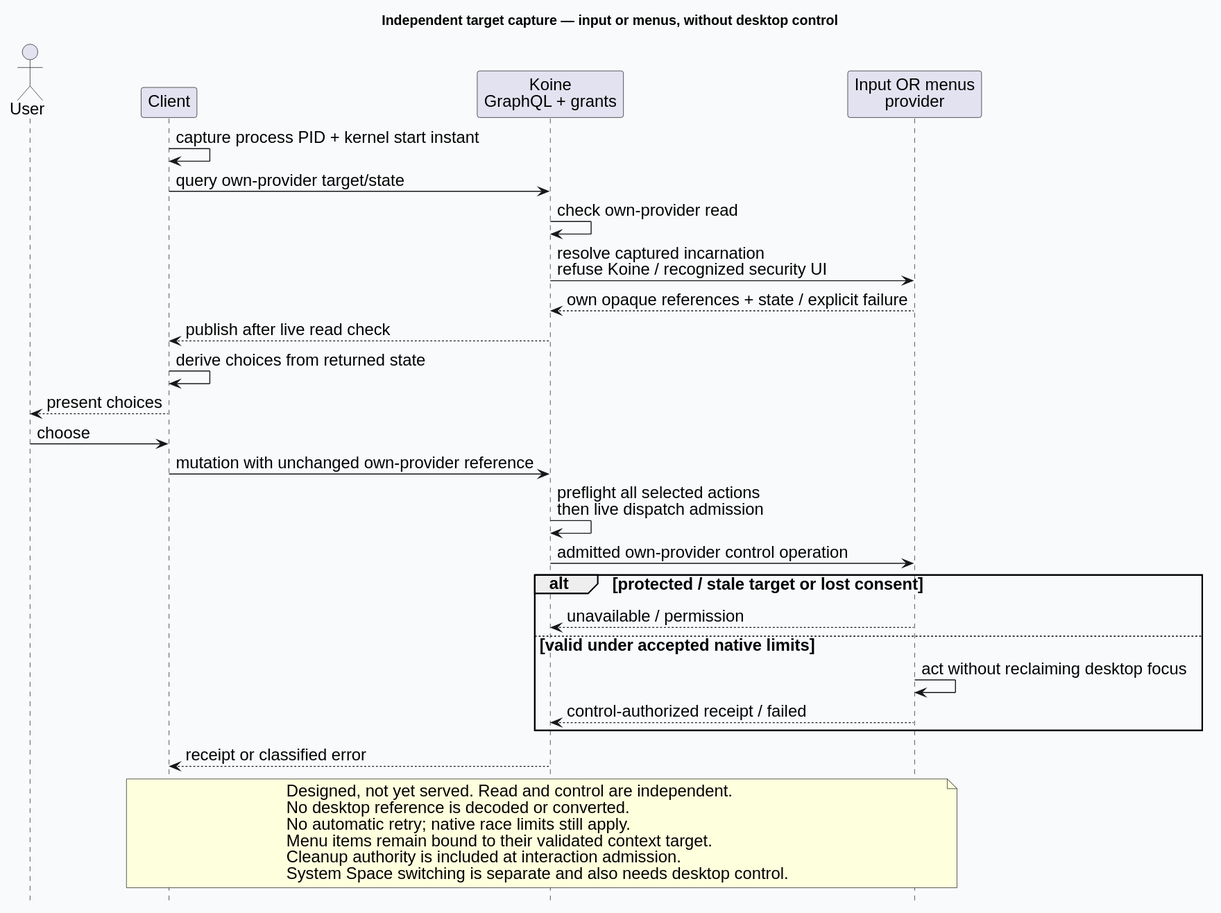
Before: docs/design/architecture/workflow-targets.svg, a diagram exported from PlantUML (Linkuistics/Koine). Source of this version:
```plantuml
@startuml
skinparam backgroundColor #F8FAFC
skinparam defaultFontName Helvetica
skinparam defaultFontSize 17
skinparam shadowing false
hide footbox
title Independent target capture — input or menus, without desktop control
actor User
participant Client
participant "Koine\nGraphQL + grants" as Host
participant "Input OR menus\nprovider" as Provider
Client -> Client: capture process PID + kernel start instant
Client -> Host: query own-provider target/state
Host -> Host: check own-provider read
Host -> Provider: resolve captured incarnation\nrefuse Koine / recognized security UI
Provider --> Host: own opaque references + state / explicit failure
Host --> Client: publish after live read check
Client -> Client: derive choices from returned state
Client --> User: present choices
User -> Client: choose
Client -> Host: mutation with unchanged own-provider reference
Host -> Host: preflight all selected actions\nthen live dispatch admission
Host -> Provider: admitted own-provider control operation
alt protected / stale target or lost consent
Provider --> Host: unavailable / permission
else valid under accepted native limits
Provider -> Provider: act without reclaiming desktop focus
Provider --> Host: control-authorized receipt / failed
end
Host --> Client: receipt or classified error
note over Client,Provider
Designed, not yet served. Read and control are independent.
No desktop reference is decoded or converted.
No automatic retry; native race limits still apply.
Menu items remain bound to their validated context target.
Cleanup authority is included at interaction admission.
System Space switching is separate and also needs desktop control.
end note
@enduml
```
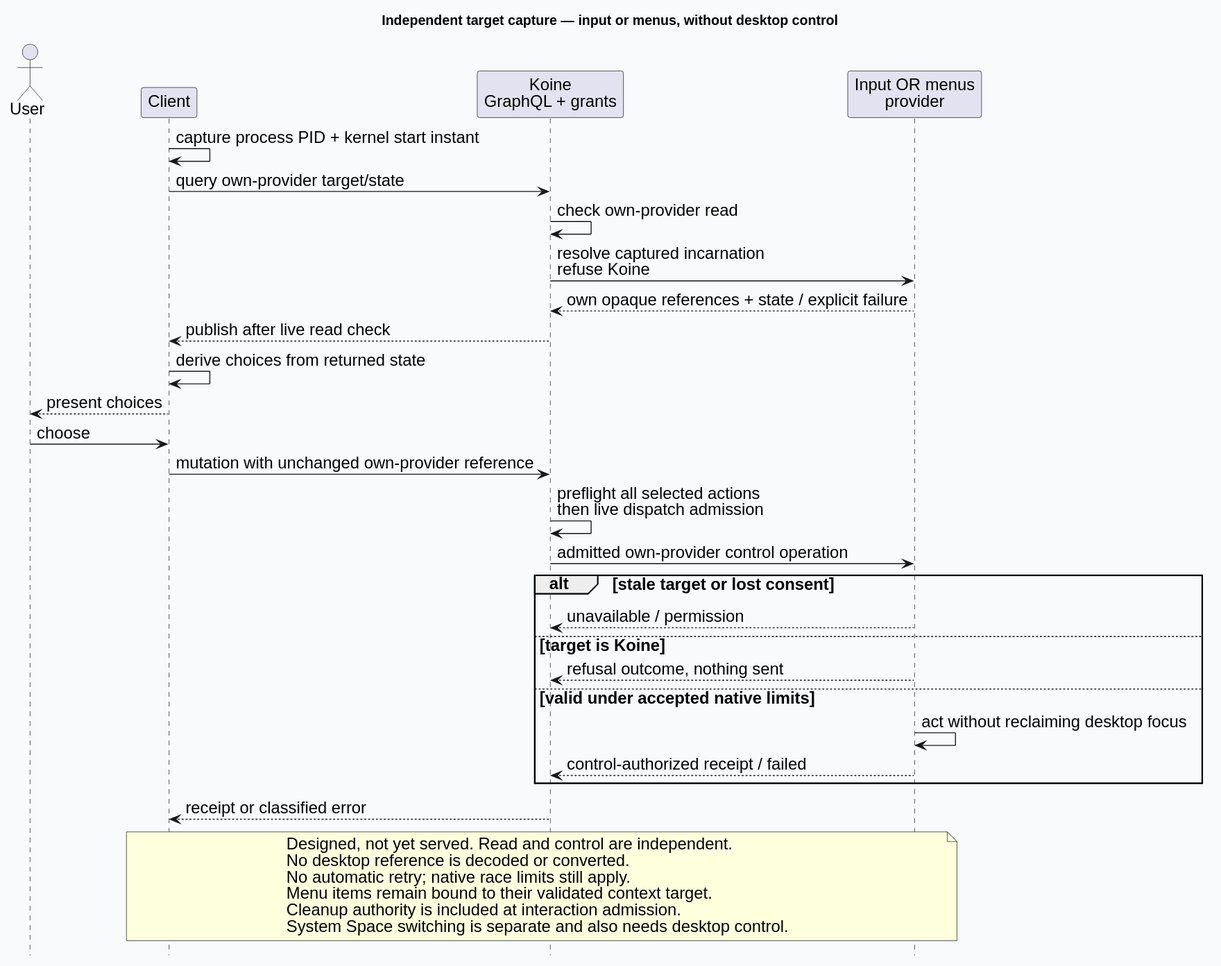
Above is the later version.

Change to the diagram source:
```diff
@@ -12,7 +12,7 @@
 Client -> Client: capture process PID + kernel start instant
 Client -> Host: query own-provider target/state
 Host -> Host: check own-provider read
-Host -> Provider: resolve captured incarnation\nrefuse Koine / recognized security UI
+Host -> Provider: resolve captured incarnation\nrefuse Koine
 Provider --> Host: own opaque references + state / explicit failure
 Host --> Client: publish after live read check
 Client -> Client: derive choices from returned state
@@ -21,8 +21,10 @@
 Client -> Host: mutation with unchanged own-provider reference
 Host -> Host: preflight all selected actions\nthen live dispatch admission
 Host -> Provider: admitted own-provider control operation
-alt protected / stale target or lost consent
+alt stale target or lost consent
 Provider --> Host: unavailable / permission
+else target is Koine
+Provider --> Host: refusal outcome, nothing sent
 else valid under accepted native limits
 Provider -> Provider: act without reclaiming desktop focus
 Provider --> Host: control-authorized receipt / failed
```
